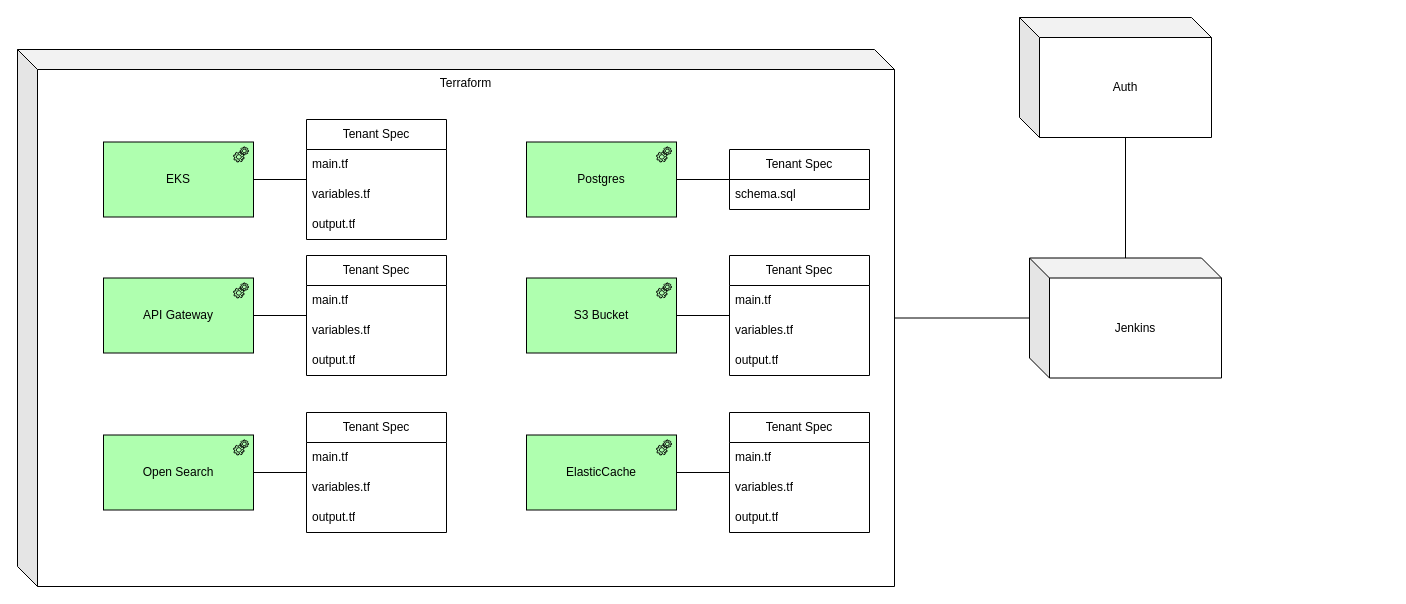
The draw.io diagram page "deployment.tenant" (3 of 4) of poc-tracker/01.overall.architecture.drawio in codegik/architecture, before the edit. Source tidied: cells renumbered, new cells numbered last; positions are measured from the earlier drawing's top-left corner, leaving out a move shared by most shapes. Both pictures are drawn from the tidied source at 100%, with x=0, y=0 at pixel (17, 17).
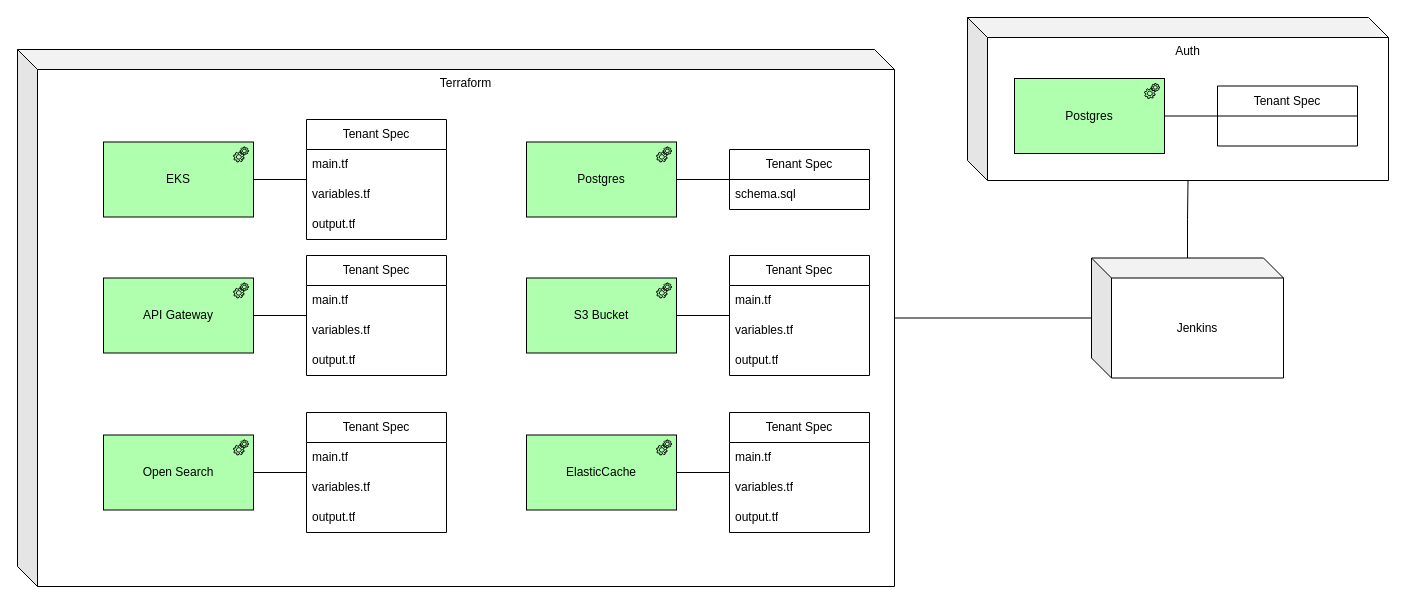
The same page after the edit.

What changed in the source:
```diff
@@
     <mxCell id="5" value="Jenkins" style="shape=cube;whiteSpace=wrap;html=1;boundedLbl=1;backgroundOutline=1;darkOpacity=0.05;darkOpacity2=0.1;" parent="1" vertex="1">
-      <mxGeometry x="1012" y="240.5" width="192" height="120" as="geometry" />
+      <mxGeometry x="1074" y="240.5" width="192" height="120" as="geometry" />
     </mxCell>
@@
-    <mxCell id="16" value="Auth" style="shape=cube;whiteSpace=wrap;html=1;boundedLbl=1;backgroundOutline=1;darkOpacity=0.05;darkOpacity2=0.1;" parent="1" vertex="1">
-      <mxGeometry x="1002" width="192" height="120" as="geometry" />
+    <mxCell id="16" value="Auth" style="shape=cube;whiteSpace=wrap;html=1;boundedLbl=1;backgroundOutline=1;darkOpacity=0.05;darkOpacity2=0.1;verticalAlign=top;" parent="1" vertex="1">
+      <mxGeometry x="950" width="421" height="163" as="geometry" />
     </mxCell>
-    <mxCell id="17" style="edgeStyle=orthogonalEdgeStyle;rounded=0;jettySize=auto;html=1;endArrow=none;startFill=0;entryX=0;entryY=0;entryDx=106;entryDy=120;entryPerimeter=0;" parent="1" edge="1" source="5" target="16">
+    <mxCell id="17" style="edgeStyle=orthogonalEdgeStyle;rounded=0;jettySize=auto;html=1;endArrow=none;startFill=0;entryX=0;entryY=0;entryDx=220.5;entryDy=163;entryPerimeter=0;" parent="1" edge="1" source="5" target="16">
       <mxGeometry relative="1" as="geometry" />
     </mxCell>
@@
+    <mxCell id="41" value="Postgres" style="html=1;outlineConnect=0;whiteSpace=wrap;fillColor=#AFFFAF;shape=mxgraph.archimate3.application;appType=equipment;archiType=square;" parent="1" vertex="1">
+      <mxGeometry x="997" y="61" width="150" height="75" as="geometry" />
+    </mxCell>
+    <mxCell id="42" value="Tenant Spec" style="swimlane;fontStyle=0;horizontal=1;startSize=30;whiteSpace=wrap;html=1;" parent="1" vertex="1">
+      <mxGeometry x="1200" y="68.5" width="140" height="60" as="geometry" />
+    </mxCell>
+    <mxCell id="43" style="edgeStyle=orthogonalEdgeStyle;rounded=0;jettySize=auto;html=1;endArrow=none;startFill=0;entryX=0;entryY=0.5;entryDx=0;entryDy=0;exitX=1;exitY=0.5;exitDx=0;exitDy=0;exitPerimeter=0;" parent="1" edge="1" source="41" target="42">
+      <mxGeometry relative="1" as="geometry" />
+    </mxCell>
```
